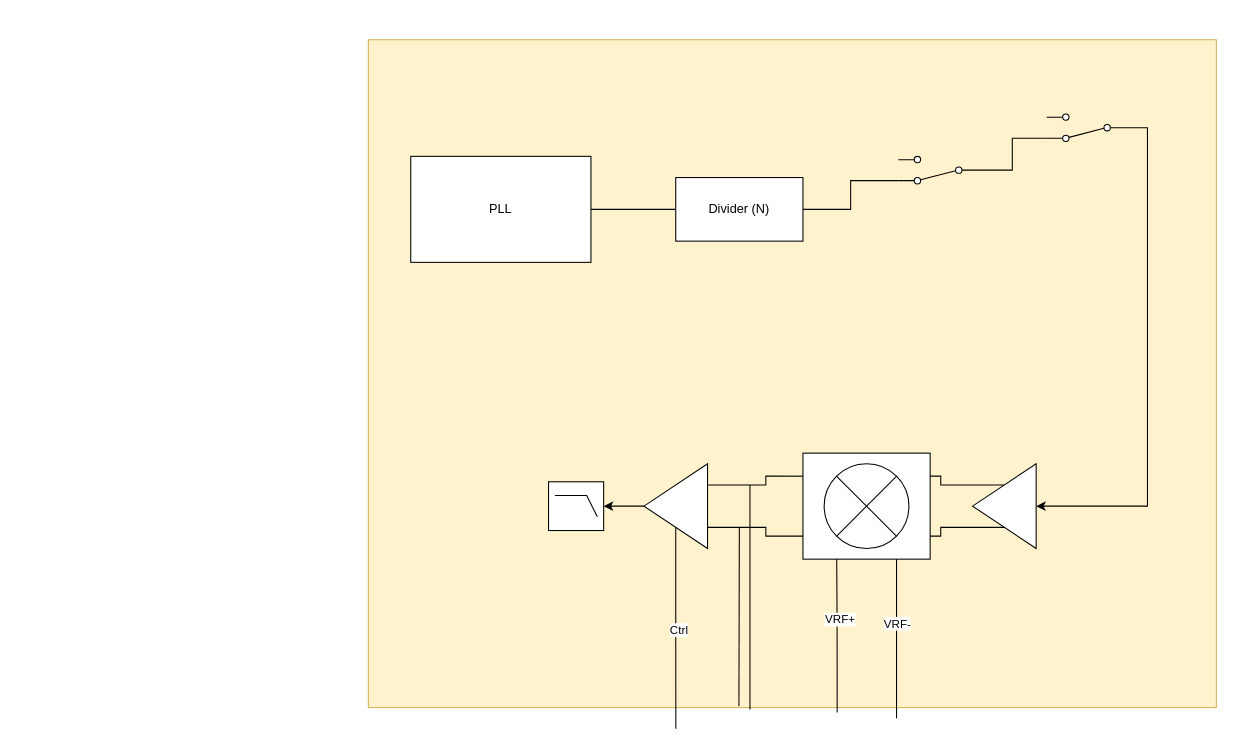
Earlier version of the draw.io diagram ESE5750_PCB.drawio (abhikkum/Github_test). Source tidied: cells renumbered, new cells numbered last; positions are measured from the earlier drawing's top-left corner, leaving out a move shared by most shapes. Both pictures are drawn from the tidied source at 106%, with x=0, y=0 at pixel (368, 39).
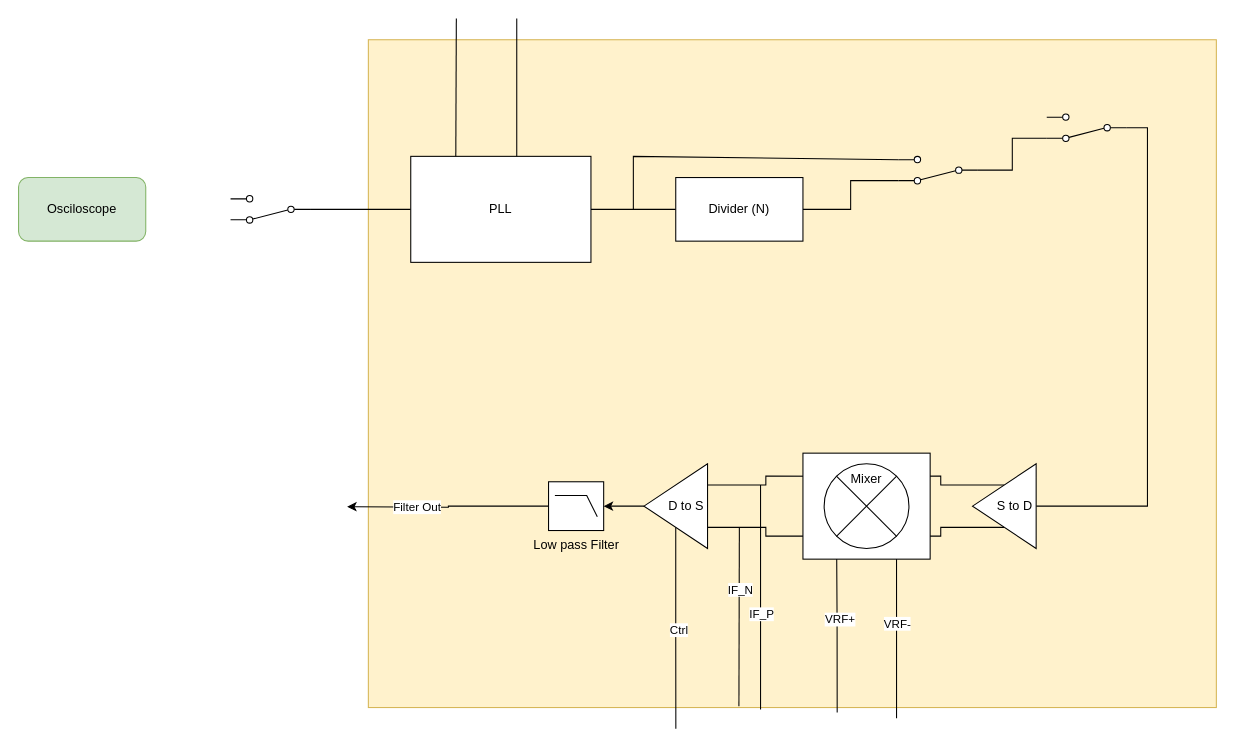
Above is the later version.

Unchanged cells that the change refers to:
```xml
<mxCell id="2" style="rounded=0;whiteSpace=wrap;html=1;fillColor=#fff2cc;strokeColor=#d6b656;" parent="1" vertex="1">
  <mxGeometry width="800" height="630" as="geometry" />
</mxCell>
<mxCell id="4" value="PLL" style="rounded=0;whiteSpace=wrap;html=1;" parent="1" vertex="1">
  <mxGeometry x="40" y="110" width="170" height="100" as="geometry" />
</mxCell>
<mxCell id="8" style="html=1;shape=mxgraph.electrical.electro-mechanical.twoWaySwitch;elSwitchState=2;rotation=-180;" parent="1" vertex="1">
  <mxGeometry x="500" y="110" width="75" height="26" as="geometry" />
</mxCell>
<mxCell id="10" style="html=1;shape=mxgraph.electrical.electro-mechanical.twoWaySwitch;elSwitchState=2;rotation=-180;" parent="1" vertex="1">
  <mxGeometry x="640" y="70" width="75" height="26" as="geometry" />
</mxCell>
<mxCell id="22" style="triangle;whiteSpace=wrap;html=1;rotation=-180;" parent="1" vertex="1">
  <mxGeometry x="570" y="400" width="60" height="80" as="geometry" />
</mxCell>
<mxCell id="27" style="endArrow=none;html=1;rounded=0;exitX=0.437;exitY=0.998;exitDx=0;exitDy=0;exitPerimeter=0;" parent="1" edge="1" source="2">
  <mxGeometry relative="1" as="geometry">
    <mxPoint x="350" y="460" as="targetPoint" />
  </mxGeometry>
</mxCell>
```

Diff of the diagram source:
```diff
@@
+    <mxCell id="29" style="edgeStyle=orthogonalEdgeStyle;rounded=0;jettySize=auto;html=1;exitX=0;exitY=0.5;exitDx=0;exitDy=0;endArrow=none;endFill=0;entryX=0;entryY=0.5;entryDx=0;entryDy=0;" parent="1" edge="1" source="4" target="34">
+      <mxGeometry relative="1" as="geometry" />
+    </mxCell>
@@
-    <mxCell id="9" style="edgeStyle=orthogonalEdgeStyle;rounded=0;jettySize=auto;html=1;exitX=0;exitY=0.5;exitDx=0;exitDy=0;entryX=0;entryY=0.5;entryDx=0;entryDy=0;" parent="1" edge="1" source="10" target="22">
+    <mxCell id="9" style="edgeStyle=orthogonalEdgeStyle;rounded=0;jettySize=auto;html=1;exitX=0;exitY=0.5;exitDx=0;exitDy=0;entryX=0;entryY=0.5;entryDx=0;entryDy=0;endArrow=none;endFill=0;" parent="1" edge="1" source="10" target="22">
       <mxGeometry relative="1" as="geometry" />
     </mxCell>
@@
+    <mxCell id="30" style="edgeStyle=orthogonalEdgeStyle;rounded=0;jettySize=auto;html=1;exitX=0;exitY=0.5;exitDx=0;exitDy=0;exitPerimeter=0;" parent="1" edge="1" source="23">
+      <mxGeometry relative="1" as="geometry">
+        <mxPoint x="-20" y="440.5" as="targetPoint" />
+      </mxGeometry>
+    </mxCell>
+    <mxCell id="31" value="Filter Out" style="edgeLabel;html=1;align=center;verticalAlign=middle;" parent="30" vertex="1">
+      <mxGeometry x="0.32" relative="1" as="geometry" />
+    </mxCell>
-    <mxCell id="23" style="verticalLabelPosition=bottom;shadow=0;dashed=0;align=center;html=1;verticalAlign=top;shape=mxgraph.electrical.logic_gates.lowpass_filter;" parent="1" vertex="1">
+    <mxCell id="23" value="Low pass Filter" style="verticalLabelPosition=bottom;shadow=0;dashed=0;align=center;html=1;verticalAlign=top;shape=mxgraph.electrical.logic_gates.lowpass_filter;" parent="1" vertex="1">
       <mxGeometry x="170" y="417" width="52" height="46" as="geometry" />
     </mxCell>
@@
+    <mxCell id="32" value="IF_N" style="edgeLabel;html=1;align=center;verticalAlign=middle;" parent="27" vertex="1">
+      <mxGeometry x="0.3" y="-1" relative="1" as="geometry" />
+    </mxCell>
-    <mxCell id="28" style="endArrow=none;html=1;rounded=0;exitX=0.45;exitY=1.003;exitDx=0;exitDy=0;exitPerimeter=0;" parent="1" edge="1" source="2">
+    <mxCell id="28" style="endArrow=none;html=1;rounded=0;exitX=0.45;exitY=1.003;exitDx=0;exitDy=0;exitPerimeter=0;" parent="1" edge="1">
       <mxGeometry relative="1" as="geometry">
-        <mxPoint x="360" y="420" as="targetPoint" />
+        <mxPoint x="370" y="631.9" as="sourcePoint" />
+        <mxPoint x="370" y="420" as="targetPoint" />
       </mxGeometry>
     </mxCell>
+    <mxCell id="33" value="IF_P" style="edgeLabel;html=1;align=center;verticalAlign=middle;" parent="28" vertex="1">
+      <mxGeometry x="-0.15" relative="1" as="geometry" />
+    </mxCell>
+    <mxCell id="34" style="html=1;shape=mxgraph.electrical.electro-mechanical.twoWaySwitch;elSwitchState=2;rotation=-180;" parent="1" vertex="1">
+      <mxGeometry x="-130" y="147" width="75" height="26" as="geometry" />
+    </mxCell>
+    <mxCell id="35" style="endArrow=none;html=1;rounded=0;entryX=1;entryY=0.88;entryDx=0;entryDy=0;" parent="1" edge="1" target="8">
+      <mxGeometry relative="1" as="geometry">
+        <mxPoint x="250" y="160" as="sourcePoint" />
+        <Array as="points">
+          <mxPoint x="250" y="110" />
+        </Array>
+      </mxGeometry>
+    </mxCell>
+    <mxCell id="36" style="endArrow=none;html=1;rounded=0;exitX=0.25;exitY=0;exitDx=0;exitDy=0;" parent="1" edge="1" source="4">
+      <mxGeometry relative="1" as="geometry">
+        <mxPoint x="83" y="-20" as="targetPoint" />
+      </mxGeometry>
+    </mxCell>
+    <mxCell id="37" style="endArrow=none;html=1;rounded=0;exitX=0.25;exitY=0;exitDx=0;exitDy=0;" parent="1" edge="1">
+      <mxGeometry relative="1" as="geometry">
+        <mxPoint x="140" y="110" as="sourcePoint" />
+        <mxPoint x="140" y="-20" as="targetPoint" />
+      </mxGeometry>
+    </mxCell>
+    <mxCell id="38" value="Osciloscope" style="rounded=1;whiteSpace=wrap;html=1;fillColor=#d5e8d4;strokeColor=#82b366;" parent="1" vertex="1">
+      <mxGeometry x="-330" y="130" width="120" height="60" as="geometry" />
+    </mxCell>
+    <mxCell id="39" value="S to D" style="text;html=1;align=center;verticalAlign=middle;whiteSpace=wrap;rounded=0;" parent="1" vertex="1">
+      <mxGeometry x="580" y="425" width="60" height="30" as="geometry" />
+    </mxCell>
+    <mxCell id="40" value="D to S" style="text;html=1;align=center;verticalAlign=middle;whiteSpace=wrap;rounded=0;" parent="1" vertex="1">
+      <mxGeometry x="270" y="425" width="60" height="30" as="geometry" />
+    </mxCell>
+    <mxCell id="41" value="Mixer" style="text;html=1;align=center;verticalAlign=middle;whiteSpace=wrap;rounded=0;" parent="1" vertex="1">
+      <mxGeometry x="440" y="400" width="60" height="30" as="geometry" />
+    </mxCell>
```
